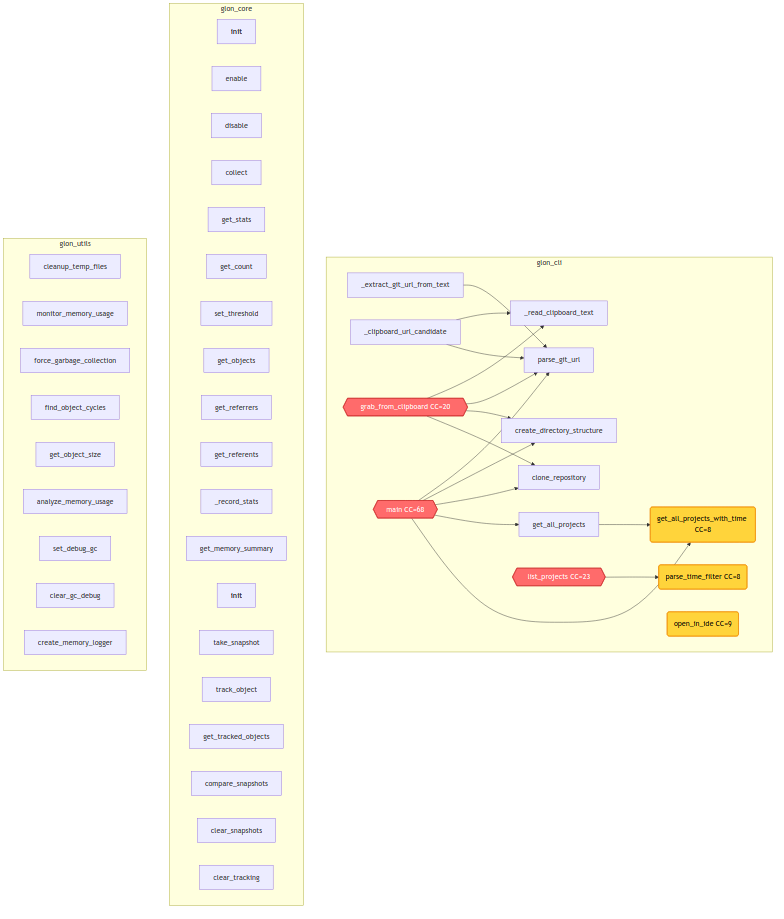
The Mermaid diagram project/flow.png in tom-sapletta-com/glon, before a commit. Its source is kept beside it as project/flow.mmd.
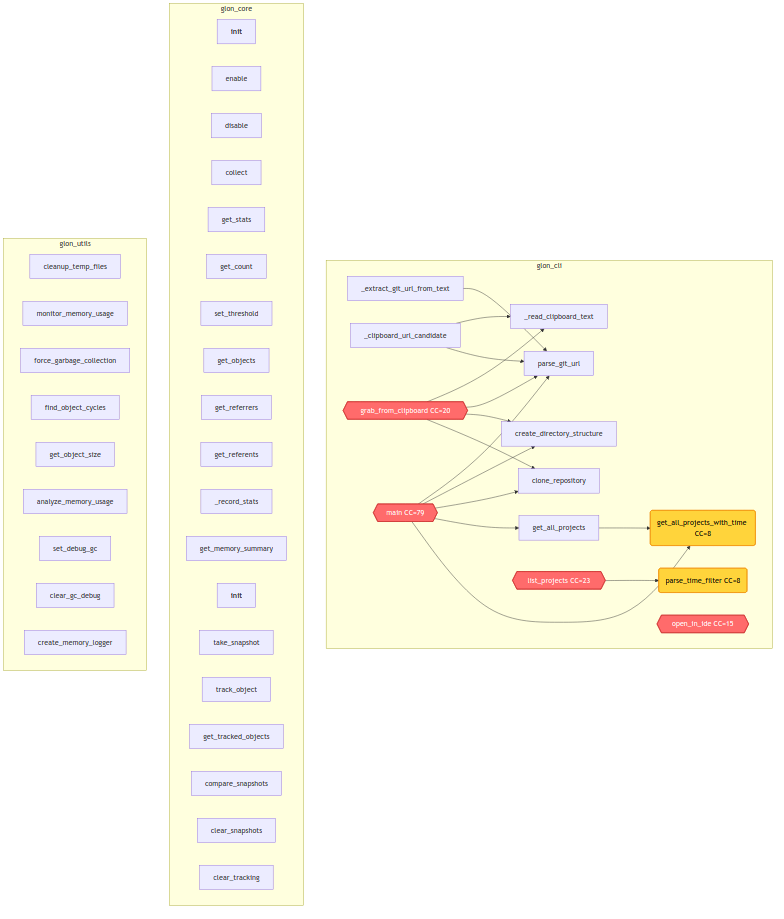
Above is the later version.

What changed in the source:
```diff
@@ -11,8 +11,8 @@
         glon__cli__grab_from_clipboard{{grab_from_clipboard CC=20}}
         glon__cli__parse_time_filter("parse_time_filter CC=8")
         glon__cli__list_projects{{list_projects CC=23}}
-        glon__cli__open_in_ide("open_in_ide CC=9")
-        glon__cli__main{{main CC=68}}
+        glon__cli__open_in_ide{{open_in_ide CC=15}}
+        glon__cli__main{{main CC=79}}
     end
     subgraph glon_core
         glon__core__GarbageCollector____init__["__init__"]
@@ -63,5 +63,5 @@
 
     classDef highCC fill:#ff6b6b,stroke:#c92a2a,color:#fff
     classDef medCC fill:#ffd43b,stroke:#f08c00,color:#000
-    class glon__cli__grab_from_clipboard,glon__cli__list_projects,glon__cli__main highCC
-    class glon__cli__get_all_projects_with_time,glon__cli__parse_time_filter,glon__cli__open_in_ide medCC
+    class glon__cli__grab_from_clipboard,glon__cli__list_projects,glon__cli__open_in_ide,glon__cli__main highCC
+    class glon__cli__get_all_projects_with_time,glon__cli__parse_time_filter medCC
```
